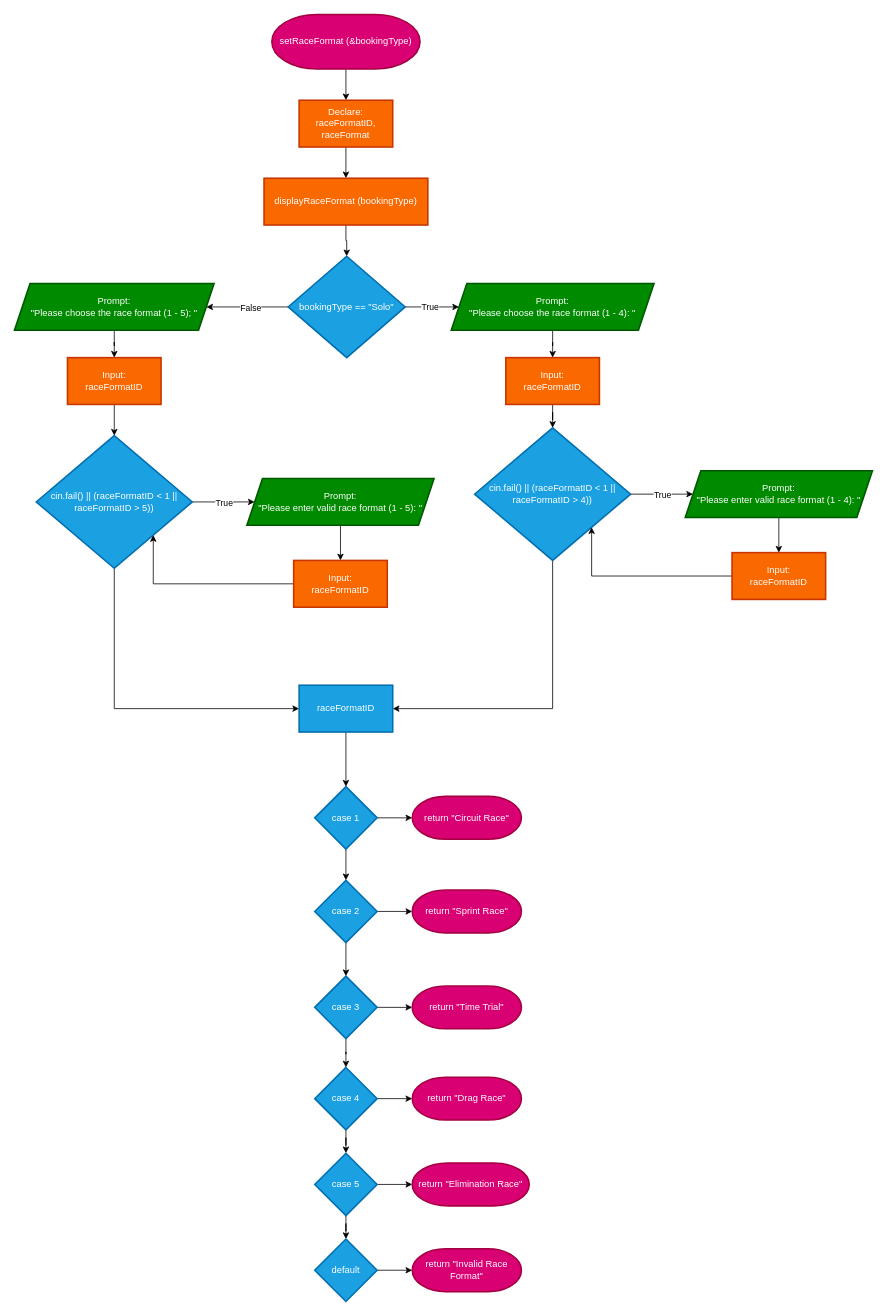
The draw.io diagram Flowcharts (draw.io)/setRaceFormat.drawio in shahxvi/csc126-group-project, before the edit. Source tidied: cells renumbered, new cells numbered last; positions are measured from the earlier drawing's top-left corner, leaving out a move shared by most shapes. Both pictures are drawn from the tidied source at 78%, with x=0, y=0 at pixel (14, 14).
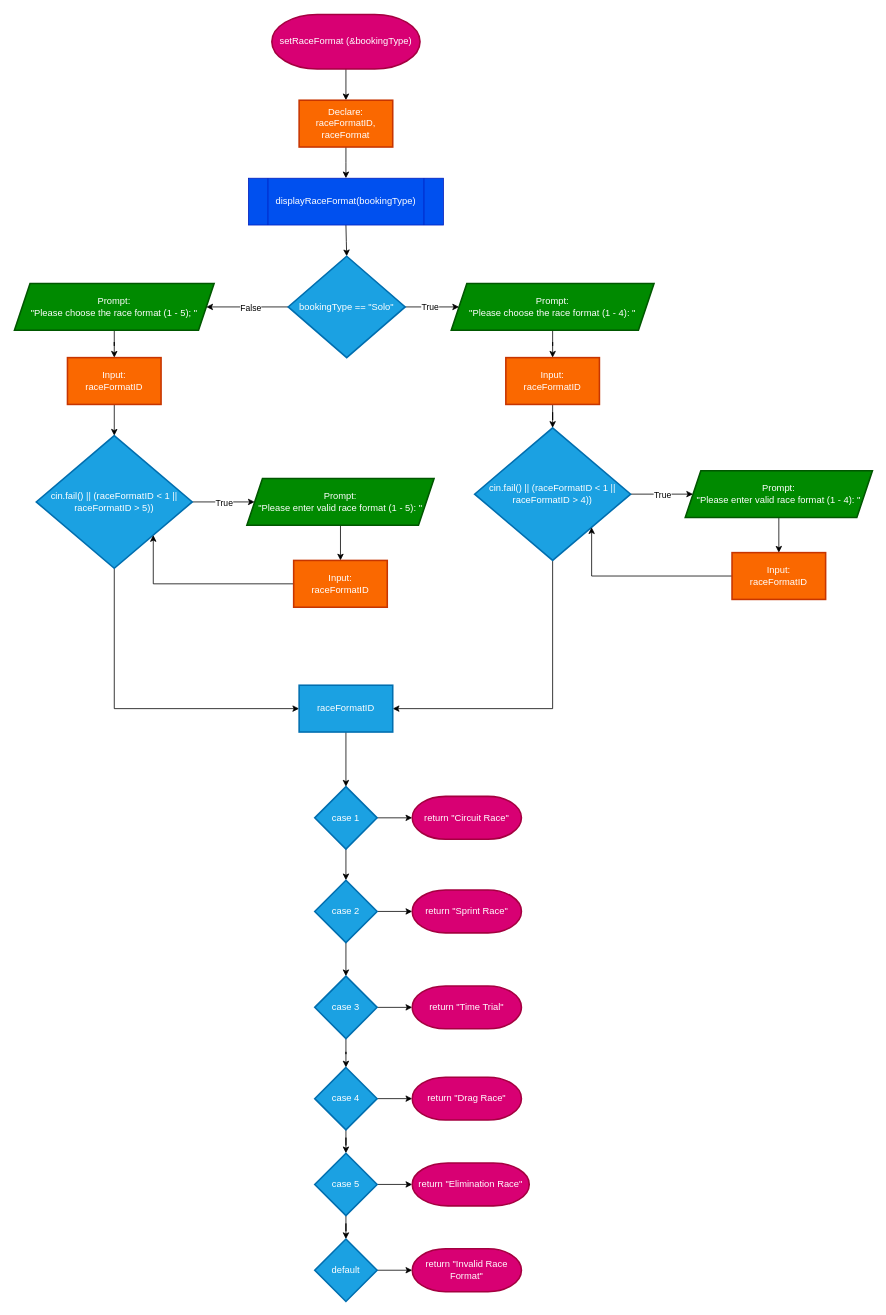
Above is the later version.

Commit message:
Fix incorrect function call shape

Unchanged cells that the change refers to:
```xml
<mxCell id="5" value="Declare:&lt;div&gt;raceFormatID, raceFormat&lt;/div&gt;" style="whiteSpace=wrap;html=1;strokeWidth=2;fillColor=#fa6800;fontColor=#FFFFFF;strokeColor=#C73500;" parent="1" vertex="1">
  <mxGeometry x="365" y="110" width="120" height="60" as="geometry" />
</mxCell>
<mxCell id="12" value="bookingType == &quot;Solo&quot;" style="rhombus;whiteSpace=wrap;html=1;fillColor=#1ba1e2;strokeColor=#006EAF;fontColor=#ffffff;strokeWidth=2;" parent="1" vertex="1">
  <mxGeometry x="351" y="310" width="150" height="130" as="geometry" />
</mxCell>
```

The edit, as a diff of the source:
```diff
@@
-    <mxCell id="4" style="edgeStyle=orthogonalEdgeStyle;rounded=0;jettySize=auto;html=1;" parent="1" edge="1" source="5" target="7">
-      <mxGeometry relative="1" as="geometry" />
+    <mxCell id="4" style="edgeStyle=orthogonalEdgeStyle;rounded=0;jettySize=auto;html=1;" parent="1" edge="1" source="5">
+      <mxGeometry relative="1" as="geometry">
+        <mxPoint x="425" y="210" as="targetPoint" />
+      </mxGeometry>
     </mxCell>
@@
-    <mxCell id="6" style="edgeStyle=orthogonalEdgeStyle;rounded=0;jettySize=auto;html=1;" parent="1" edge="1" source="7" target="12">
-      <mxGeometry relative="1" as="geometry" />
+    <mxCell id="6" style="edgeStyle=orthogonalEdgeStyle;rounded=0;jettySize=auto;html=1;" parent="1" edge="1" target="12">
+      <mxGeometry relative="1" as="geometry">
+        <mxPoint x="425" y="270" as="sourcePoint" />
+      </mxGeometry>
     </mxCell>
-    <mxCell id="7" value="displayRaceFormat (bookingType)" style="whiteSpace=wrap;html=1;fillColor=#fa6800;strokeColor=#C73500;fontColor=#FFFFFF;strokeWidth=2;" parent="1" vertex="1">
-      <mxGeometry x="320" y="210" width="210" height="60" as="geometry" />
-    </mxCell>
@@
+    <mxCell id="62" value="displayRaceFormat(bookingType)" style="shape=process;whiteSpace=wrap;html=1;backgroundOutline=1;fillColor=#0050ef;fontColor=#ffffff;strokeColor=#001DBC;" parent="1" vertex="1">
+      <mxGeometry x="300" y="210" width="250" height="60" as="geometry" />
+    </mxCell>
```
